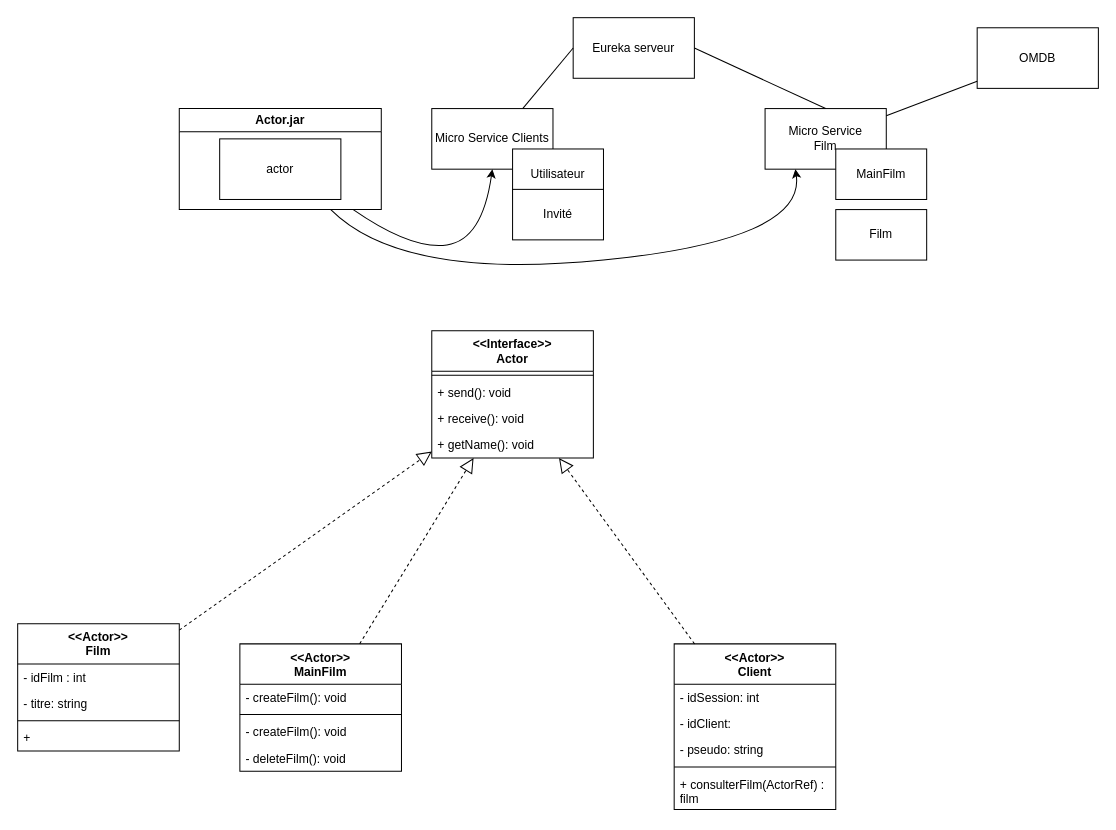
Earlier version of the draw.io diagram documents/structure.drawio (Elgoogko/ProjetJEE). Source tidied: cells renumbered, new cells numbered last; positions are measured from the earlier drawing's top-left corner, leaving out a move shared by most shapes. Both pictures are drawn from the tidied source at 101%, with x=0, y=0 at pixel (17, 17).
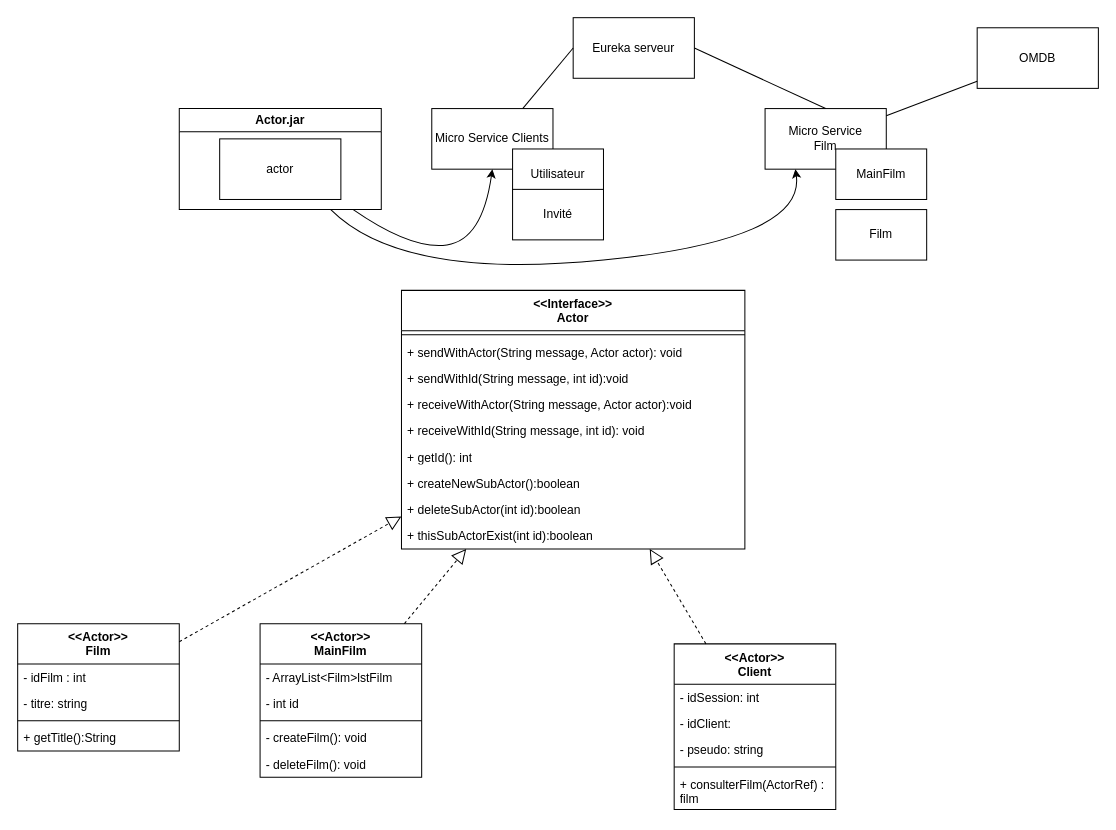
The same page after the edit.

Commit message (it also covers changes not shown here):
update ULM and actor

Unchanged cells that the change refers to:
```xml
<mxCell id="31" value="&lt;div&gt;&amp;lt;&amp;lt;Actor&amp;gt;&amp;gt;&lt;/div&gt;Film" style="swimlane;fontStyle=1;align=center;verticalAlign=top;horizontal=1;startSize=40;whiteSpace=wrap;html=1;" parent="1" vertex="1">
  <mxGeometry y="600" width="160" height="126" as="geometry" />
</mxCell>
```

Change to the diagram source:
```diff
@@
     <mxCell id="13" value="&lt;div&gt;&amp;lt;&amp;lt;Interface&amp;gt;&amp;gt;&lt;/div&gt;Actor" style="swimlane;fontStyle=1;align=center;verticalAlign=top;horizontal=1;startSize=40;whiteSpace=wrap;html=1;" parent="1" vertex="1">
-      <mxGeometry x="410" y="310" width="160" height="126" as="geometry" />
+      <mxGeometry x="380" y="270" width="340" height="256" as="geometry" />
     </mxCell>
     <mxCell id="14" style="line;strokeWidth=1;fillColor=none;align=left;verticalAlign=middle;spacingTop=-1;spacingLeft=3;spacingRight=3;labelPosition=right;strokeColor=inherit;" parent="13" vertex="1">
-      <mxGeometry y="40" width="160" height="8" as="geometry" />
+      <mxGeometry y="40" width="340" height="8" as="geometry" />
     </mxCell>
-    <mxCell id="15" value="+ send(): void" style="text;strokeColor=none;fillColor=none;align=left;verticalAlign=top;spacingLeft=4;spacingRight=4;overflow=hidden;whiteSpace=wrap;html=1;" parent="13" vertex="1">
-      <mxGeometry y="48" width="160" height="26" as="geometry" />
+    <mxCell id="15" value="+ sendWithActor(String message, Actor actor): void&lt;div&gt;&lt;br&gt;&lt;/div&gt;" style="text;strokeColor=none;fillColor=none;align=left;verticalAlign=top;spacingLeft=4;spacingRight=4;overflow=hidden;whiteSpace=wrap;html=1;" parent="13" vertex="1">
+      <mxGeometry y="48" width="340" height="26" as="geometry" />
     </mxCell>
+    <mxCell id="41" value="+ sendWithId(String message, int id):void" style="text;strokeColor=none;fillColor=none;align=left;verticalAlign=top;spacingLeft=4;spacingRight=4;overflow=hidden;whiteSpace=wrap;html=1;" parent="13" vertex="1">
+      <mxGeometry y="74" width="340" height="26" as="geometry" />
+    </mxCell>
+    <mxCell id="42" value="+ receiveWithActor(String message, Actor actor):void" style="text;strokeColor=none;fillColor=none;align=left;verticalAlign=top;spacingLeft=4;spacingRight=4;overflow=hidden;whiteSpace=wrap;html=1;" parent="13" vertex="1">
+      <mxGeometry y="100" width="340" height="26" as="geometry" />
+    </mxCell>
-    <mxCell id="16" value="+ receive(): void" style="text;strokeColor=none;fillColor=none;align=left;verticalAlign=top;spacingLeft=4;spacingRight=4;overflow=hidden;whiteSpace=wrap;html=1;" parent="13" vertex="1">
-      <mxGeometry y="74" width="160" height="26" as="geometry" />
+    <mxCell id="16" value="+ receiveWithId(String message, int id): void" style="text;strokeColor=none;fillColor=none;align=left;verticalAlign=top;spacingLeft=4;spacingRight=4;overflow=hidden;whiteSpace=wrap;html=1;" parent="13" vertex="1">
+      <mxGeometry y="126" width="340" height="26" as="geometry" />
     </mxCell>
-    <mxCell id="17" value="+ getName(): void" style="text;strokeColor=none;fillColor=none;align=left;verticalAlign=top;spacingLeft=4;spacingRight=4;overflow=hidden;whiteSpace=wrap;html=1;" parent="13" vertex="1">
-      <mxGeometry y="100" width="160" height="26" as="geometry" />
+    <mxCell id="17" value="+ getId(): int" style="text;strokeColor=none;fillColor=none;align=left;verticalAlign=top;spacingLeft=4;spacingRight=4;overflow=hidden;whiteSpace=wrap;html=1;" parent="13" vertex="1">
+      <mxGeometry y="152" width="340" height="26" as="geometry" />
     </mxCell>
+    <mxCell id="43" value="+ createNewSubActor():boolean" style="text;strokeColor=none;fillColor=none;align=left;verticalAlign=top;spacingLeft=4;spacingRight=4;overflow=hidden;whiteSpace=wrap;html=1;" parent="13" vertex="1">
+      <mxGeometry y="178" width="340" height="26" as="geometry" />
+    </mxCell>
+    <mxCell id="44" value="+ deleteSubActor(int id):boolean" style="text;strokeColor=none;fillColor=none;align=left;verticalAlign=top;spacingLeft=4;spacingRight=4;overflow=hidden;whiteSpace=wrap;html=1;" parent="13" vertex="1">
+      <mxGeometry y="204" width="340" height="26" as="geometry" />
+    </mxCell>
+    <mxCell id="45" value="+ thisSubActorExist(int id):boolean" style="text;strokeColor=none;fillColor=none;align=left;verticalAlign=top;spacingLeft=4;spacingRight=4;overflow=hidden;whiteSpace=wrap;html=1;" parent="13" vertex="1">
+      <mxGeometry y="230" width="340" height="26" as="geometry" />
+    </mxCell>
@@
     <mxCell id="25" value="&lt;div&gt;&amp;lt;&amp;lt;Actor&amp;gt;&amp;gt;&lt;/div&gt;MainFilm" style="swimlane;fontStyle=1;align=center;verticalAlign=top;horizontal=1;startSize=40;whiteSpace=wrap;html=1;" parent="1" vertex="1">
-      <mxGeometry x="220" y="620" width="160" height="126" as="geometry" />
+      <mxGeometry x="240" y="600" width="160" height="152" as="geometry" />
     </mxCell>
-    <mxCell id="26" value="- createFilm(): void" style="text;strokeColor=none;fillColor=none;align=left;verticalAlign=top;spacingLeft=4;spacingRight=4;overflow=hidden;whiteSpace=wrap;html=1;" parent="25" vertex="1">
+    <mxCell id="26" value="- ArrayList&amp;lt;Film&amp;gt;lstFilm" style="text;strokeColor=none;fillColor=none;align=left;verticalAlign=top;spacingLeft=4;spacingRight=4;overflow=hidden;whiteSpace=wrap;html=1;" parent="25" vertex="1">
       <mxGeometry y="40" width="160" height="26" as="geometry" />
     </mxCell>
+    <mxCell id="46" value="- int id" style="text;strokeColor=none;fillColor=none;align=left;verticalAlign=top;spacingLeft=4;spacingRight=4;overflow=hidden;whiteSpace=wrap;html=1;" parent="25" vertex="1">
+      <mxGeometry y="66" width="160" height="26" as="geometry" />
+    </mxCell>
     <mxCell id="27" style="line;strokeWidth=1;fillColor=none;align=left;verticalAlign=middle;spacingTop=-1;spacingLeft=3;spacingRight=3;labelPosition=right;strokeColor=inherit;" parent="25" vertex="1">
-      <mxGeometry y="66" width="160" height="8" as="geometry" />
+      <mxGeometry y="92" width="160" height="8" as="geometry" />
     </mxCell>
     <mxCell id="28" value="- createFilm(): void" style="text;strokeColor=none;fillColor=none;align=left;verticalAlign=top;spacingLeft=4;spacingRight=4;overflow=hidden;whiteSpace=wrap;html=1;" parent="25" vertex="1">
-      <mxGeometry y="74" width="160" height="26" as="geometry" />
+      <mxGeometry y="100" width="160" height="26" as="geometry" />
     </mxCell>
     <mxCell id="29" value="- deleteFilm(): void" style="text;strokeColor=none;fillColor=none;align=left;verticalAlign=top;spacingLeft=4;spacingRight=4;overflow=hidden;whiteSpace=wrap;html=1;" parent="25" vertex="1">
-      <mxGeometry y="100" width="160" height="26" as="geometry" />
+      <mxGeometry y="126" width="160" height="26" as="geometry" />
     </mxCell>
@@
-    <mxCell id="35" value="+&amp;nbsp;" style="text;strokeColor=none;fillColor=none;align=left;verticalAlign=top;spacingLeft=4;spacingRight=4;overflow=hidden;whiteSpace=wrap;html=1;" parent="31" vertex="1">
+    <mxCell id="35" value="+ getTitle():String" style="text;strokeColor=none;fillColor=none;align=left;verticalAlign=top;spacingLeft=4;spacingRight=4;overflow=hidden;whiteSpace=wrap;html=1;" parent="31" vertex="1">
       <mxGeometry y="100" width="160" height="26" as="geometry" />
     </mxCell>
```
